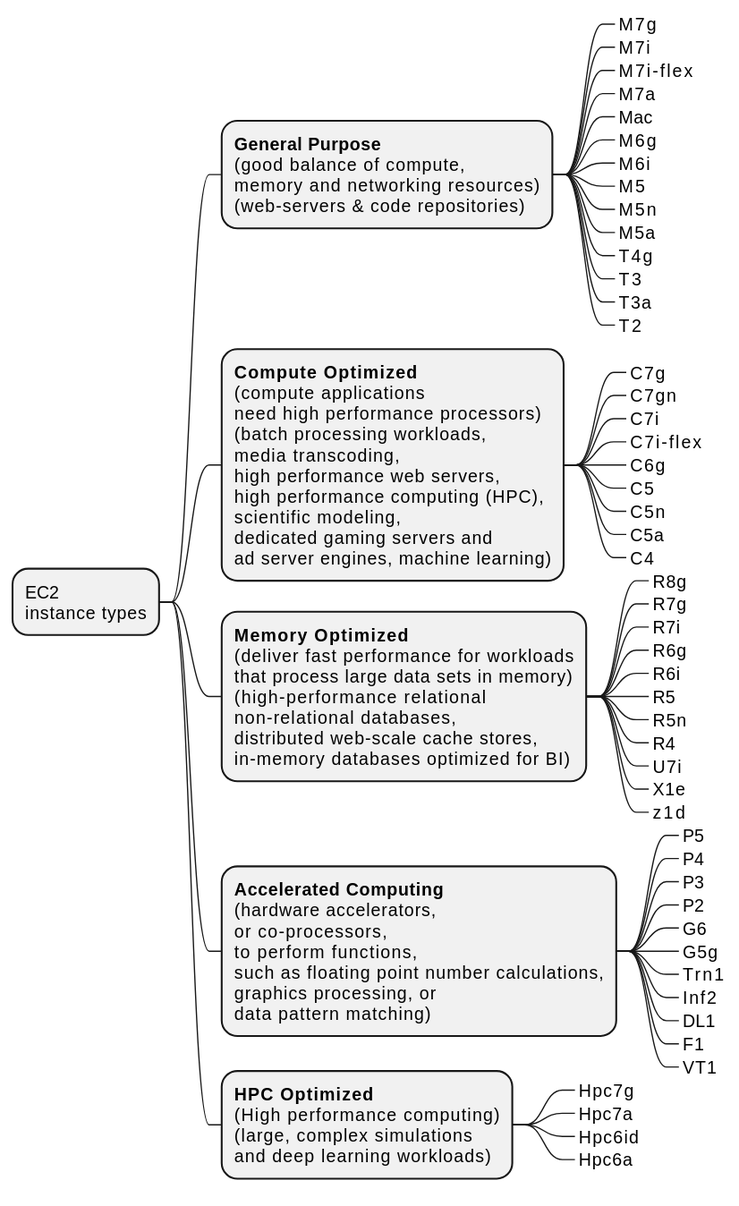
Above: assets/uml/003-ec2/ec2-instance-types.svg in avall/AWS-SAA-C03 (PlantUML), before the change.
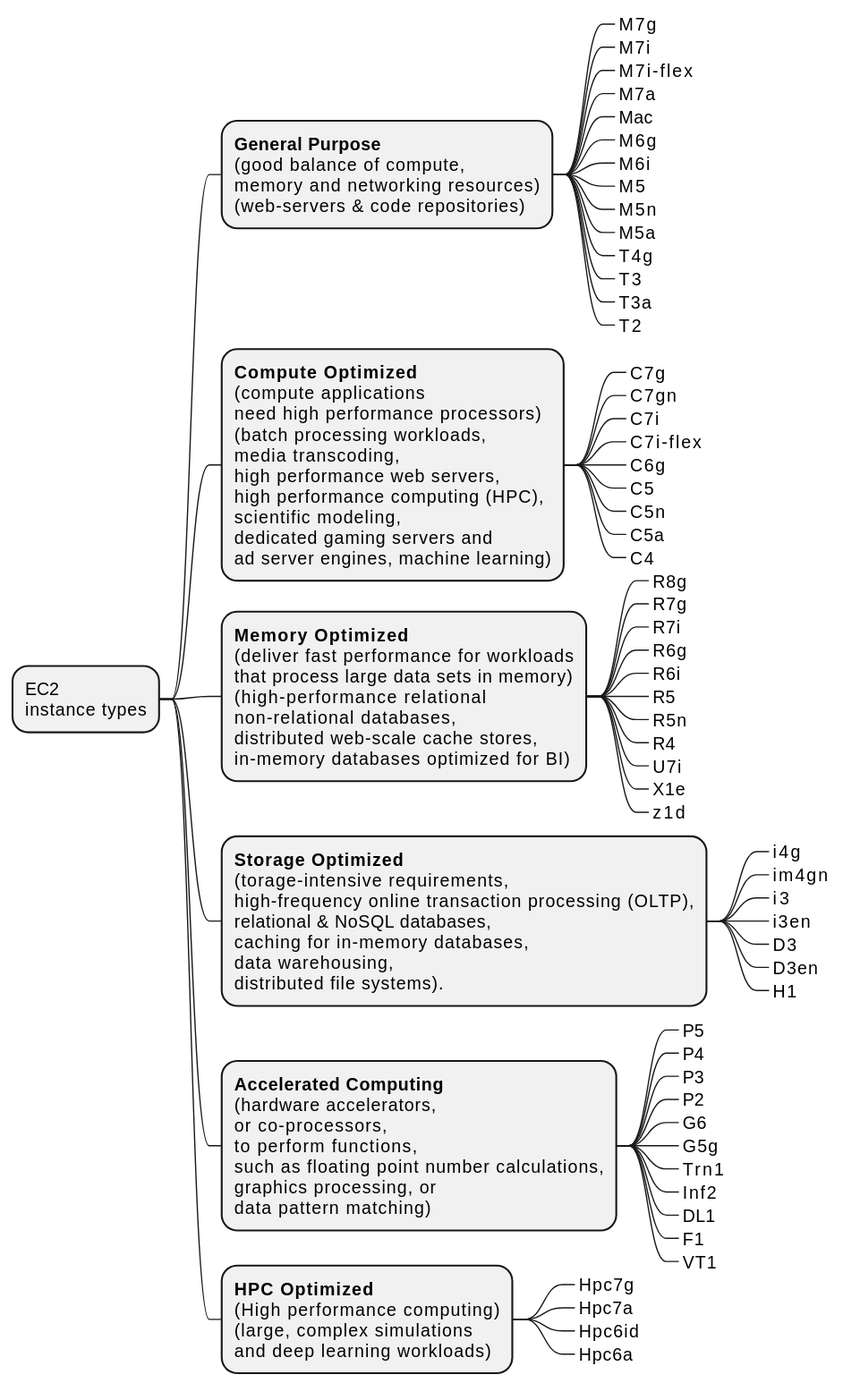
The same diagram one commit later.

Commit message:
- EC2 instance types

Change to the diagram source:
```diff
@@ -40,6 +40,15 @@
 ***_ X1e
 ***_ z1d
 
+** <b>Storage Optimized</b>\n(torage-intensive requirements,\nhigh-frequency online transaction processing (OLTP),\nrelational & NoSQL databases,\ncaching for in-memory databases,\ndata warehousing,\ndistributed file systems).
+***_ i4g
+***_ im4gn
+***_ i3
+***_ i3en
+***_ D3
+***_ D3en
+***_ H1
+
 ** <b>Accelerated Computing</b>\n(hardware accelerators,\nor co-processors,\nto perform functions,\nsuch as floating point number calculations,\ngraphics processing, or\ndata pattern matching)
 ***_ P5
 ***_ P4
```
